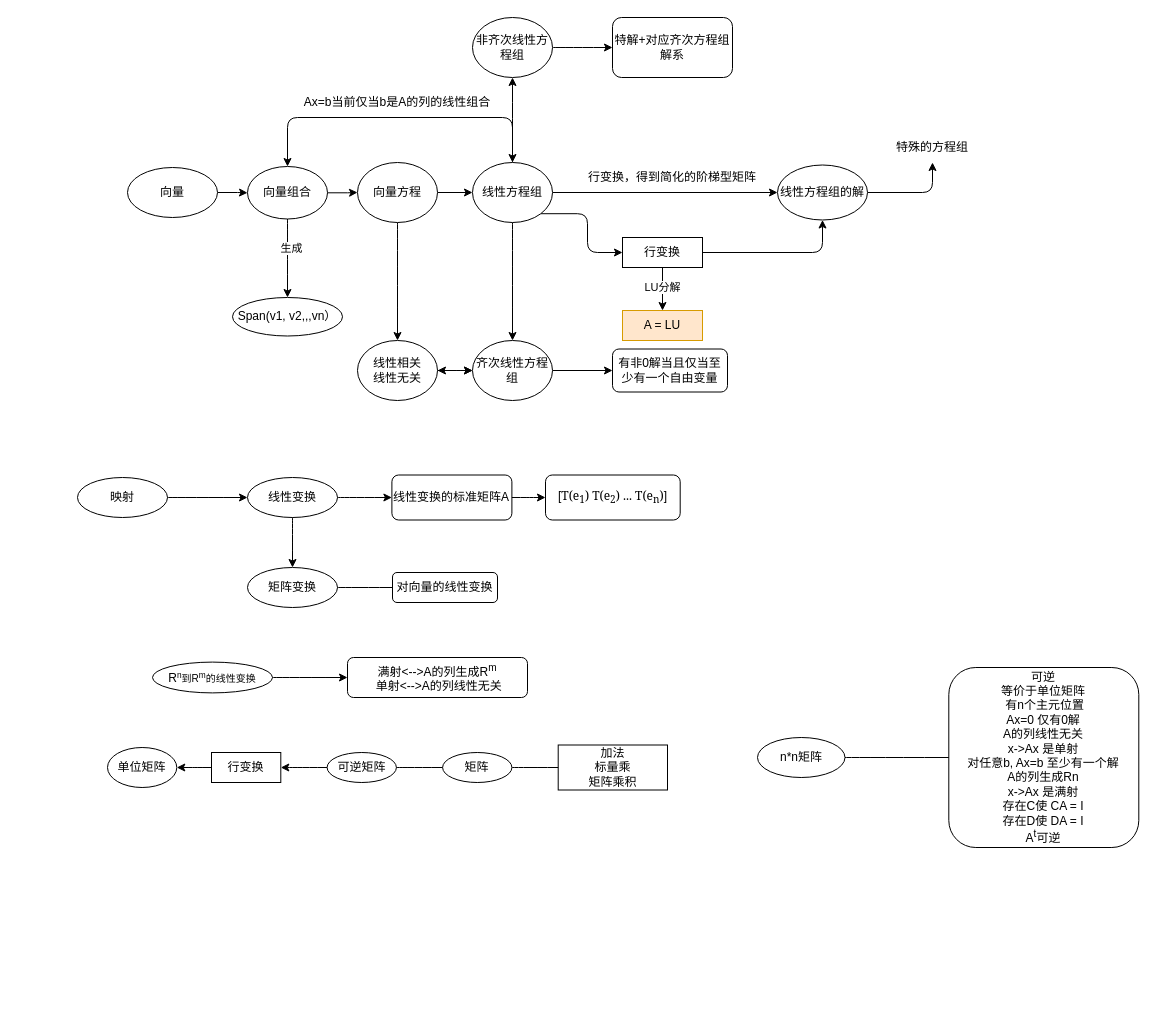
Above: 线性代数.drawio in haithink/diagrams (draw.io), before the change. Source tidied: cells renumbered, new cells numbered last; positions are measured from the earlier drawing's top-left corner, leaving out a move shared by most shapes. Both pictures are drawn from the tidied source at 100%, with x=0, y=0 at pixel (77, 17).
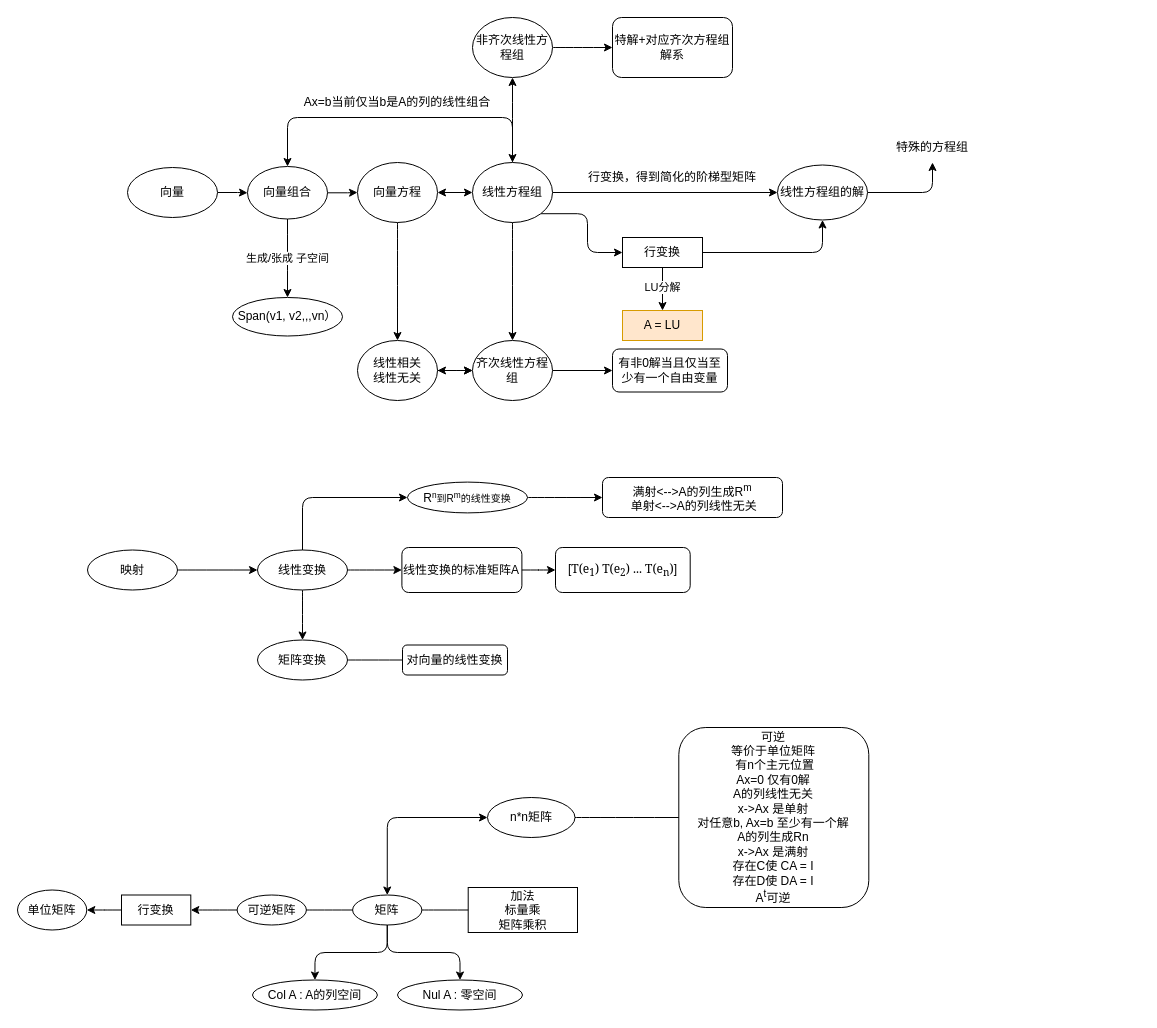
The same diagram, later.

Commit message:
更新线性代数.drawio

Unchanged cells that the change refers to:
```xml
<mxCell id="8" value="向量组合" style="ellipse;whiteSpace=wrap;html=1;" parent="1" vertex="1">
  <mxGeometry x="170" y="149" width="80" height="52.5" as="geometry" />
</mxCell>
<mxCell id="11" value="向量方程" style="ellipse;whiteSpace=wrap;html=1;" parent="1" vertex="1">
  <mxGeometry x="280" y="145" width="80" height="60" as="geometry" />
</mxCell>
<mxCell id="16" value="线性方程组" style="ellipse;whiteSpace=wrap;html=1;" parent="1" vertex="1">
  <mxGeometry x="395" y="145" width="80" height="60" as="geometry" />
</mxCell>
<mxCell id="20" value="Span(v1, v2,,,vn）" style="ellipse;whiteSpace=wrap;html=1;" parent="1" vertex="1">
  <mxGeometry x="155" y="280" width="110" height="38.5" as="geometry" />
</mxCell>
<mxCell id="32" value="R&lt;span style=&quot;font-size: 10px;&quot;&gt;&lt;sup&gt;n&lt;/sup&gt;到R&lt;sup&gt;m&lt;/sup&gt;的线性变换&lt;/span&gt;" style="ellipse;whiteSpace=wrap;html=1;rounded=1;glass=0;sketch=0;" parent="31" vertex="1">
  <mxGeometry y="4.6" width="120" height="30.8" as="geometry" />
</mxCell>
<mxCell id="45" value="n*n矩阵" style="ellipse;whiteSpace=wrap;html=1;rounded=1;glass=0;sketch=0;" parent="44" vertex="1">
  <mxGeometry y="70" width="87.5" height="40" as="geometry" />
</mxCell>
<mxCell id="50" value="线性变换" style="ellipse;whiteSpace=wrap;html=1;" parent="48" vertex="1">
  <mxGeometry x="170" y="2.5" width="90" height="40" as="geometry" />
</mxCell>
```

The edit, as a diff of the source:
```diff
@@
-    <mxCell id="6" style="edgeStyle=orthogonalEdgeStyle;curved=1;rounded=0;jettySize=auto;html=1;elbow=vertical;" parent="1" edge="1" source="8" target="20">
-      <mxGeometry relative="1" as="geometry" />
+    <mxCell id="6" value="生成/张成 子空间" style="edgeStyle=orthogonalEdgeStyle;curved=1;rounded=0;orthogonalLoop=1;jettySize=auto;html=1;elbow=vertical;" parent="1" edge="1">
+      <mxGeometry relative="1" as="geometry">
+        <mxPoint x="210" y="201.5" as="sourcePoint" />
+        <mxPoint x="210" y="280" as="targetPoint" />
+        <Array as="points">
+          <mxPoint x="210" y="230" />
+          <mxPoint x="210" y="230" />
+        </Array>
+      </mxGeometry>
     </mxCell>
-    <mxCell id="7" value="生成" style="edgeLabel;html=1;align=center;verticalAlign=middle;" parent="6" vertex="1">
-      <mxGeometry x="-0.26" y="3" relative="1" as="geometry" />
-    </mxCell>
@@
-    <mxCell id="9" style="edgeStyle=orthogonalEdgeStyle;rounded=0;jettySize=auto;html=1;" parent="1" edge="1" source="11" target="16">
+    <mxCell id="9" style="edgeStyle=orthogonalEdgeStyle;rounded=0;jettySize=auto;html=1;startArrow=classic;startFill=1;" parent="1" edge="1" source="11" target="16">
       <mxGeometry relative="1" as="geometry" />
     </mxCell>
@@
     <mxCell id="31" style="group;" parent="1" vertex="1">
-      <mxGeometry x="75" y="640" width="375" height="40" as="geometry" />
+      <mxGeometry x="330" y="460" width="375" height="40" as="geometry" />
     </mxCell>
@@
     <mxCell id="35" value="单位矩阵" style="ellipse;whiteSpace=wrap;html=1;rounded=1;glass=0;sketch=0;" parent="1" vertex="1">
-      <mxGeometry x="30" y="730" width="69.3" height="40" as="geometry" />
+      <mxGeometry x="-60" y="872.5" width="69.3" height="40" as="geometry" />
     </mxCell>
     <mxCell id="36" value="行变换" style="rounded=0;whiteSpace=wrap;html=1;glass=0;sketch=0;" parent="1" vertex="1">
-      <mxGeometry x="134" y="735" width="69.3" height="30" as="geometry" />
+      <mxGeometry x="44" y="877.5" width="69.3" height="30" as="geometry" />
     </mxCell>
@@
     <mxCell id="38" value="可逆矩阵" style="ellipse;whiteSpace=wrap;html=1;rounded=0;glass=0;sketch=0;" parent="1" vertex="1">
-      <mxGeometry x="249.6" y="735" width="69.3" height="30" as="geometry" />
+      <mxGeometry x="159.6" y="877.5" width="69.3" height="30" as="geometry" />
     </mxCell>
@@
+    <mxCell id="65" style="edgeStyle=orthogonalEdgeStyle;rounded=1;jettySize=auto;html=1;exitX=0.5;exitY=1;exitDx=0;exitDy=0;entryX=0.5;entryY=0;entryDx=0;entryDy=0;" parent="1" edge="1" source="40" target="69">
+      <mxGeometry relative="1" as="geometry" />
+    </mxCell>
+    <mxCell id="66" style="edgeStyle=orthogonalEdgeStyle;rounded=1;jettySize=auto;html=1;exitX=0.5;exitY=1;exitDx=0;exitDy=0;" parent="1" edge="1" source="40" target="68">
+      <mxGeometry relative="1" as="geometry" />
+    </mxCell>
+    <mxCell id="67" style="edgeStyle=orthogonalEdgeStyle;rounded=1;jettySize=auto;html=1;exitX=0.5;exitY=0;exitDx=0;exitDy=0;entryX=0;entryY=0.5;entryDx=0;entryDy=0;startArrow=classic;startFill=1;" parent="1" edge="1" source="40" target="45">
+      <mxGeometry relative="1" as="geometry" />
+    </mxCell>
     <mxCell id="40" value="矩阵" style="ellipse;whiteSpace=wrap;html=1;rounded=0;glass=0;sketch=0;" parent="1" vertex="1">
-      <mxGeometry x="365.1" y="735" width="69.3" height="30" as="geometry" />
+      <mxGeometry x="275.1" y="877.5" width="69.3" height="30" as="geometry" />
     </mxCell>
@@
     <mxCell id="42" value="加法&lt;br&gt;标量乘&lt;br&gt;矩阵乘积" style="whiteSpace=wrap;html=1;rounded=0;glass=0;sketch=0;" parent="1" vertex="1">
-      <mxGeometry x="480.7" y="727.5" width="109.3" height="45" as="geometry" />
+      <mxGeometry x="390.7" y="870" width="109.3" height="45" as="geometry" />
     </mxCell>
@@
     <mxCell id="44" style="group;" parent="1" vertex="1">
-      <mxGeometry x="680" y="650" width="381.3" height="180" as="geometry" />
+      <mxGeometry x="410" y="710" width="381.3" height="180" as="geometry" />
     </mxCell>
@@
     <mxCell id="48" style="group;" parent="1" vertex="1">
-      <mxGeometry y="457.5" width="602.7" height="132.5" as="geometry" />
+      <mxGeometry x="10" y="530" width="602.7" height="132.5" as="geometry" />
     </mxCell>
@@
+    <mxCell id="68" value="Col A : A的列空间" style="ellipse;whiteSpace=wrap;html=1;rounded=0;glass=0;sketch=0;" parent="1" vertex="1">
+      <mxGeometry x="175" y="962.5" width="124.9" height="30" as="geometry" />
+    </mxCell>
+    <mxCell id="69" value="Nul A : 零空间" style="ellipse;whiteSpace=wrap;html=1;" parent="1" vertex="1">
+      <mxGeometry x="320" y="962.5" width="125" height="30" as="geometry" />
+    </mxCell>
+    <mxCell id="70" style="edgeStyle=orthogonalEdgeStyle;rounded=1;jettySize=auto;html=1;exitX=0.5;exitY=0;exitDx=0;exitDy=0;startArrow=none;startFill=0;entryX=0;entryY=0.5;entryDx=0;entryDy=0;" parent="1" edge="1" source="50" target="32">
+      <mxGeometry relative="1" as="geometry" />
+    </mxCell>
```
